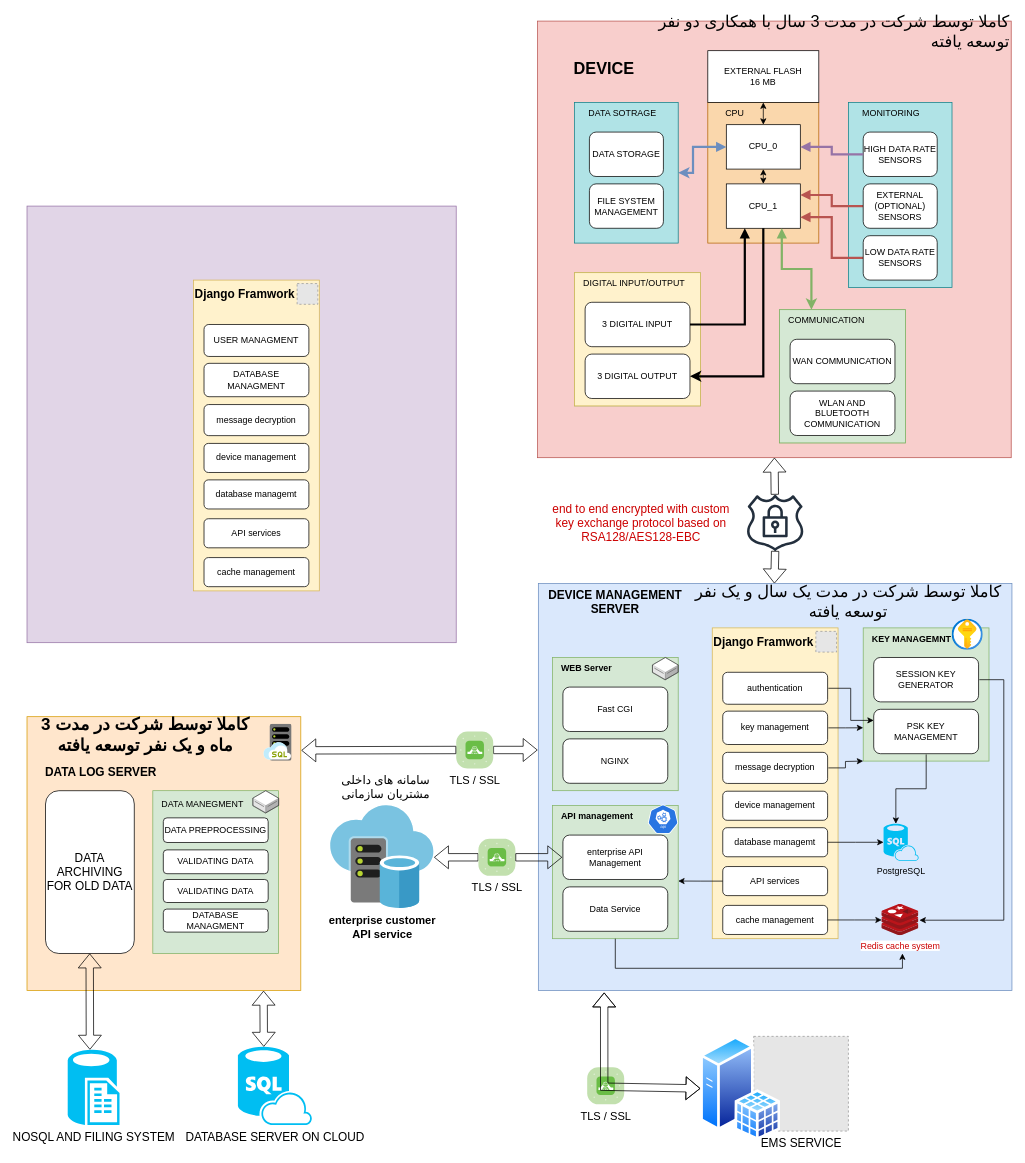
The draw.io diagram Untitled Diagram.drawio in mehranMoslemi/mehranMoslemi, before the edit. Source tidied: cells renumbered, new cells numbered last; positions are measured from the earlier drawing's top-left corner, leaving out a move shared by most shapes. Both pictures are drawn from the tidied source at 74%, with x=0, y=0 at pixel (27, 21). Pictures stored in the file or linked from it are replaced by grey dashed boxes.
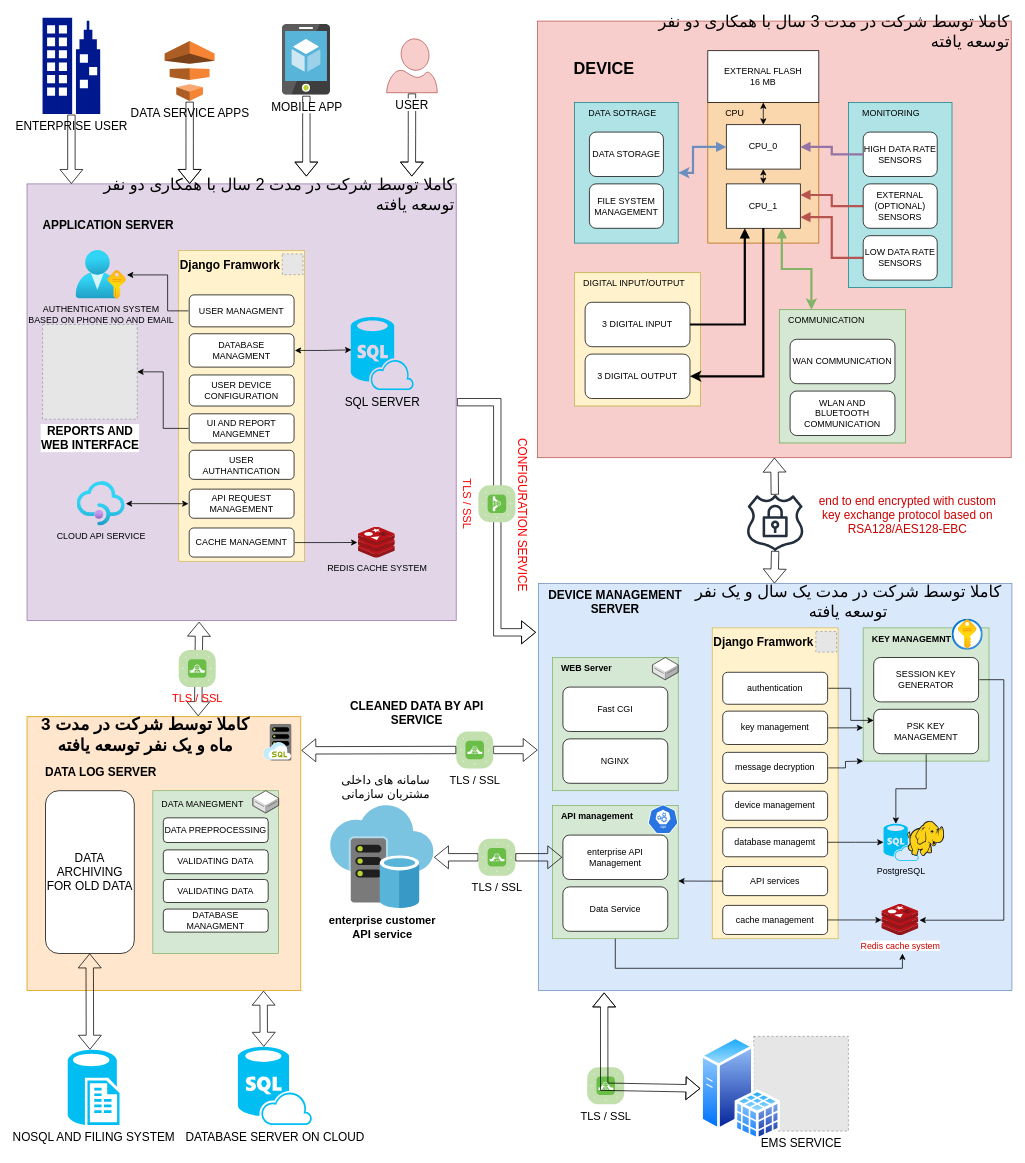
The same diagram, later.

Unchanged cells that the change refers to:
```xml
<mxCell id="44" value="cache redis" style="rounded=0;whiteSpace=wrap;html=1;fillColor=#dae8fc;strokeColor=#6c8ebf;" parent="1" vertex="1">
  <mxGeometry x="691" y="760" width="640" height="550" as="geometry" />
</mxCell>
<mxCell id="91" value="USER MANAGMENT" style="rounded=1;whiteSpace=wrap;html=1;" parent="89" vertex="1">
  <mxGeometry x="14.2" y="60" width="141.7" height="43.2" as="geometry" />
</mxCell>
<mxCell id="94" value="DATABASE MANAGMENT" style="rounded=1;whiteSpace=wrap;html=1;" parent="89" vertex="1">
  <mxGeometry x="14.2" y="112.5" width="141.7" height="45.1" as="geometry" />
</mxCell>
<mxCell id="99" style="whiteSpace=wrap;html=1;labelBackgroundColor=none;fontSize=12;fillColor=#ffe6cc;strokeColor=#d79b00;" parent="1" vertex="1">
  <mxGeometry y="940" width="370" height="370" as="geometry" />
</mxCell>
```

The edit, as a diff of the source:
```diff
@@
     <mxCell id="43" value="end to end encrypted with custom key exchange protocol based on RSA128/AES128-EBC" style="text;html=1;strokeColor=none;fillColor=none;align=center;verticalAlign=middle;whiteSpace=wrap;rounded=0;fontSize=16;fontColor=#CC0000;" parent="1" vertex="1">
-      <mxGeometry x="700" y="663" width="260" height="30" as="geometry" />
+      <mxGeometry x="1060" y="652.1" width="260" height="30" as="geometry" />
     </mxCell>
@@
+    <mxCell id="122" style="edgeStyle=orthogonalEdgeStyle;rounded=0;jettySize=auto;html=1;entryX=-0.005;entryY=0.12;entryDx=0;entryDy=0;entryPerimeter=0;strokeColor=default;fontSize=16;fontColor=#FF0000;startArrow=none;startFill=0;endArrow=classic;endFill=1;sourcePerimeterSpacing=1;targetPerimeterSpacing=1;shape=flexArrow;" parent="1" edge="1" source="88" target="44">
+      <mxGeometry relative="1" as="geometry" />
+    </mxCell>
     <mxCell id="88" style="rounded=0;whiteSpace=wrap;html=1;fillColor=#e1d5e7;strokeColor=#9673a6;" parent="1" vertex="1">
-      <mxGeometry y="250" width="580" height="590" as="geometry" />
+      <mxGeometry y="220" width="580" height="590" as="geometry" />
     </mxCell>
     <mxCell id="89" style="group;fillColor=#fff2cc;strokeColor=#d6b656;" parent="1" vertex="1">
-      <mxGeometry x="225" y="350" width="170" height="420" as="geometry" />
+      <mxGeometry x="205" y="310" width="170" height="420" as="geometry" />
     </mxCell>
-    <mxCell id="90" value="message decryption" style="rounded=1;whiteSpace=wrap;html=1;" parent="89" vertex="1">
+    <mxCell id="90" value="USER DEVICE CONFIGURATION " style="rounded=1;whiteSpace=wrap;html=1;" parent="89" vertex="1">
       <mxGeometry x="14.2" y="168.2" width="141.7" height="42" as="geometry" />
     </mxCell>
@@
-    <mxCell id="95" value="device management" style="rounded=1;whiteSpace=wrap;html=1;" parent="89" vertex="1">
+    <mxCell id="95" value="UI AND REPORT MANGEMNET" style="rounded=1;whiteSpace=wrap;html=1;" parent="89" vertex="1">
       <mxGeometry x="14.2" y="220.7" width="141.7" height="39.3" as="geometry" />
     </mxCell>
-    <mxCell id="96" value="database managemt" style="rounded=1;whiteSpace=wrap;html=1;" parent="89" vertex="1">
+    <mxCell id="96" value="USER AUTHANTICATION" style="rounded=1;whiteSpace=wrap;html=1;" parent="89" vertex="1">
       <mxGeometry x="14.2" y="270" width="141.7" height="39.3" as="geometry" />
     </mxCell>
-    <mxCell id="97" value="API services" style="rounded=1;whiteSpace=wrap;html=1;" parent="89" vertex="1">
+    <mxCell id="97" value="API REQUEST MANAGEMENT" style="rounded=1;whiteSpace=wrap;html=1;" parent="89" vertex="1">
       <mxGeometry x="14.2" y="322.5" width="141.7" height="39.3" as="geometry" />
     </mxCell>
-    <mxCell id="98" value="cache management" style="rounded=1;whiteSpace=wrap;html=1;" parent="89" vertex="1">
+    <mxCell id="98" value="CACHE MANAGEMNT" style="rounded=1;whiteSpace=wrap;html=1;" parent="89" vertex="1">
       <mxGeometry x="14.2" y="375" width="141.7" height="39.3" as="geometry" />
     </mxCell>
@@
+    <mxCell id="123" value="REDIS CACHE SYSTEM" style="sketch=0;html=1;points=[];align=center;image;fontSize=12;image=img/lib/mscae/Cache_Redis_Product.svg;labelBackgroundColor=none;fontColor=#000000;" parent="1" vertex="1">
+      <mxGeometry x="447.5" y="683.6" width="50" height="42" as="geometry" />
+    </mxCell>
+    <mxCell id="124" style="edgeStyle=orthogonalEdgeStyle;rounded=0;jettySize=auto;html=1;strokeColor=default;fontSize=23;fontColor=#000000;startArrow=none;startFill=0;sourcePerimeterSpacing=1;targetPerimeterSpacing=1;" parent="1" edge="1" source="98" target="123">
+      <mxGeometry relative="1" as="geometry" />
+    </mxCell>
+    <mxCell id="125" style="edgeStyle=orthogonalEdgeStyle;rounded=0;jettySize=auto;html=1;strokeColor=default;fontSize=23;fontColor=#000000;startArrow=classic;startFill=1;sourcePerimeterSpacing=1;targetPerimeterSpacing=1;" parent="1" edge="1" source="126" target="97">
+      <mxGeometry relative="1" as="geometry" />
+    </mxCell>
+    <mxCell id="126" value="CLOUD API SERVICE" style="html=1;points=[];align=center;image;fontSize=12;image=img/lib/azure2/app_services/API_Management_Services.svg;labelBackgroundColor=none;fontColor=#000000;" parent="1" vertex="1">
+      <mxGeometry x="67.5" y="622.1" width="65" height="60" as="geometry" />
+    </mxCell>
+    <mxCell id="127" value="&lt;div style=&quot;font-size: 16px;&quot;&gt;&lt;font style=&quot;font-size: 16px;&quot;&gt;SQL SERVER&lt;/font&gt;&lt;/div&gt;" style="verticalLabelPosition=bottom;html=1;verticalAlign=top;align=center;strokeColor=none;fillColor=#00BEF2;shape=mxgraph.azure.sql_database_sql_azure;labelBackgroundColor=none;fontSize=23;fontColor=#000000;" parent="1" vertex="1">
+      <mxGeometry x="437.5" y="400" width="85" height="98.6" as="geometry" />
+    </mxCell>
+    <mxCell id="128" style="edgeStyle=orthogonalEdgeStyle;rounded=0;jettySize=auto;html=1;entryX=0.011;entryY=0.449;entryDx=0;entryDy=0;entryPerimeter=0;strokeColor=default;fontSize=23;fontColor=#000000;startArrow=classic;startFill=1;sourcePerimeterSpacing=1;targetPerimeterSpacing=1;" parent="1" edge="1" source="94" target="127">
+      <mxGeometry relative="1" as="geometry" />
+    </mxCell>
+    <mxCell id="129" value="&lt;div&gt;&lt;b&gt;&lt;span style=&quot;background-color: transparent;&quot;&gt;REPORTS AND &lt;br&gt;&lt;/span&gt;&lt;/b&gt;&lt;/div&gt;&lt;div&gt;&lt;b&gt;&lt;span style=&quot;background-color: transparent;&quot;&gt;WEB INTERFACE&lt;/span&gt;&lt;/b&gt;&lt;/div&gt;" style="fillColor=#E6E6E6;strokeColor=#999999;dashed=1;html=1;verticalAlign=top;verticalLabelPosition=bottom;labelBackgroundColor=#ffffff;fontSize=16;fontColor=#000000;" parent="1" vertex="1">
+      <mxGeometry x="21" y="410" width="128" height="128" as="geometry" />
+    </mxCell>
+    <mxCell id="130" style="edgeStyle=orthogonalEdgeStyle;rounded=0;jettySize=auto;html=1;entryX=1;entryY=0.5;entryDx=0;entryDy=0;strokeColor=default;fontSize=16;fontColor=#000000;startArrow=none;startFill=0;sourcePerimeterSpacing=1;targetPerimeterSpacing=1;endArrow=classic;endFill=1;" parent="1" edge="1" source="95" target="129">
+      <mxGeometry relative="1" as="geometry" />
+    </mxCell>
+    <mxCell id="131" value="&lt;div&gt;AUTHENTICATION SYSTEM&lt;/div&gt;&lt;div&gt;BASED ON PHONE NO AND EMAIL&lt;br&gt; &lt;/div&gt;" style="html=1;points=[];align=center;image;fontSize=12;image=img/lib/azure2/azure_stack/User_Subscriptions.svg;labelBackgroundColor=none;fontColor=#000000;" parent="1" vertex="1">
+      <mxGeometry x="66" y="310" width="68" height="66" as="geometry" />
+    </mxCell>
+    <mxCell id="132" style="edgeStyle=orthogonalEdgeStyle;rounded=0;jettySize=auto;html=1;strokeColor=default;fontSize=16;fontColor=#000000;startArrow=none;startFill=0;endArrow=classic;endFill=1;sourcePerimeterSpacing=1;targetPerimeterSpacing=1;" parent="1" edge="1" source="91" target="131">
+      <mxGeometry relative="1" as="geometry">
+        <Array as="points">
+          <mxPoint x="190" y="392" />
+          <mxPoint x="190" y="343" />
+        </Array>
+      </mxGeometry>
+    </mxCell>
+    <mxCell id="133" style="shape=flexArrow;endArrow=classic;startArrow=classic;html=1;rounded=0;strokeColor=default;fontSize=16;fontColor=#000000;sourcePerimeterSpacing=1;targetPerimeterSpacing=1;entryX=0.401;entryY=1.003;entryDx=0;entryDy=0;entryPerimeter=0;exitX=0.625;exitY=-0.002;exitDx=0;exitDy=0;exitPerimeter=0;" parent="1" edge="1" source="99" target="88">
+      <mxGeometry relative="1" as="geometry" />
+    </mxCell>
+    <mxCell id="134" value="&lt;font color=&quot;#FF0000&quot;&gt;TLS / SSL&lt;/font&gt;" style="verticalLabelPosition=bottom;sketch=0;html=1;fillColor=#6ABD46;strokeColor=#ffffff;verticalAlign=top;align=center;shape=mxgraph.cisco_safe.compositeIcon;bgIcon=mxgraph.cisco_safe.architecture.generic_appliance;resIcon=mxgraph.cisco_safe.architecture.tls_appliance;labelBackgroundColor=none;fontSize=15;fontColor=#000000;" parent="1" vertex="1">
+      <mxGeometry x="205" y="850" width="50" height="50" as="geometry" />
+    </mxCell>
+    <mxCell id="135" value="&lt;div align=&quot;right&quot;&gt;کاملا توسط شرکت در مدت 2 سال با همکاری دو نفر توسعه یافته&lt;br&gt;&lt;/div&gt;" style="text;html=1;strokeColor=none;fillColor=none;align=right;verticalAlign=middle;whiteSpace=wrap;rounded=0;fontSize=22;" parent="1" vertex="1">
+      <mxGeometry x="40" y="220" width="540" height="30" as="geometry" />
+    </mxCell>
+    <mxCell id="136" value="&lt;b&gt;&lt;font style=&quot;font-size: 16px;&quot;&gt;APPLICATION SERVER&lt;br&gt;&lt;/font&gt;&lt;/b&gt;" style="text;html=1;strokeColor=none;fillColor=none;align=center;verticalAlign=middle;whiteSpace=wrap;rounded=0;" parent="1" vertex="1">
+      <mxGeometry x="10" y="260" width="200" height="30" as="geometry" />
+    </mxCell>
+    <mxCell id="137" value="CONFIGURATION SERVICE" style="text;html=1;strokeColor=none;fillColor=none;align=center;verticalAlign=middle;whiteSpace=wrap;rounded=0;labelBackgroundColor=none;fontSize=16;fontColor=#FF0000;rotation=90;" parent="1" vertex="1">
+      <mxGeometry x="550" y="667.1" width="240" as="geometry" />
+    </mxCell>
+    <mxCell id="138" value="&lt;font color=&quot;#FF0000&quot;&gt;TLS / SSL&lt;/font&gt;" style="verticalLabelPosition=bottom;sketch=0;html=1;fillColor=#6ABD46;strokeColor=#ffffff;verticalAlign=top;align=center;shape=mxgraph.cisco_safe.compositeIcon;bgIcon=mxgraph.cisco_safe.architecture.generic_appliance;resIcon=mxgraph.cisco_safe.architecture.tls_appliance;labelBackgroundColor=none;fontSize=15;fontColor=#000000;rotation=90;" parent="1" vertex="1">
+      <mxGeometry x="610" y="627.1" width="50" height="50" as="geometry" />
+    </mxCell>
+    <mxCell id="139" value="&lt;b&gt;CLEANED DATA BY API SERVICE&lt;br&gt;&lt;/b&gt;" style="text;html=1;strokeColor=none;fillColor=none;align=center;verticalAlign=middle;whiteSpace=wrap;rounded=0;labelBackgroundColor=none;fontSize=16;fontColor=#000000;" parent="1" vertex="1">
+      <mxGeometry x="422.5" y="920" width="207.5" height="30" as="geometry" />
+    </mxCell>
+    <mxCell id="140" style="edgeStyle=orthogonalEdgeStyle;shape=flexArrow;rounded=0;jettySize=auto;html=1;strokeColor=default;fontSize=16;fontColor=#000000;startArrow=none;startFill=0;endArrow=classic;endFill=1;sourcePerimeterSpacing=1;targetPerimeterSpacing=1;" parent="1" edge="1" source="141">
+      <mxGeometry relative="1" as="geometry">
+        <mxPoint x="520" y="210" as="targetPoint" />
+      </mxGeometry>
+    </mxCell>
+    <mxCell id="141" value="&lt;span style=&quot;background-color: rgb(255, 255, 255);&quot;&gt;USER&lt;/span&gt;" style="sketch=0;shadow=0;dashed=0;html=1;strokeColor=#b85450;labelPosition=center;verticalLabelPosition=bottom;verticalAlign=top;align=center;fillColor=#f8cecc;shape=mxgraph.azure.user;labelBackgroundColor=none;fontSize=16;" parent="1" vertex="1">
+      <mxGeometry x="486" y="24" width="68.4" height="72.8" as="geometry" />
+    </mxCell>
+    <mxCell id="142" style="edgeStyle=orthogonalEdgeStyle;shape=flexArrow;rounded=0;jettySize=auto;html=1;strokeColor=default;fontSize=16;fontColor=#000000;startArrow=none;startFill=0;endArrow=classic;endFill=1;sourcePerimeterSpacing=1;targetPerimeterSpacing=1;" parent="1" edge="1" source="143">
+      <mxGeometry relative="1" as="geometry">
+        <mxPoint x="377.5" y="210" as="targetPoint" />
+      </mxGeometry>
+    </mxCell>
+    <mxCell id="143" value="&lt;span style=&quot;background-color: rgb(255, 255, 255);&quot;&gt;&lt;font style=&quot;font-size: 16px;&quot;&gt;MOBILE APP&lt;br&gt;&lt;/font&gt;&lt;/span&gt;" style="sketch=0;html=1;points=[];align=center;image;fontSize=12;image=img/lib/mscae/App_Service_Mobile_App.svg;labelBackgroundColor=none;fontColor=#000000;" parent="1" vertex="1">
+      <mxGeometry x="345" y="4.4" width="65" height="95.6" as="geometry" />
+    </mxCell>
+    <mxCell id="144" style="edgeStyle=orthogonalEdgeStyle;shape=flexArrow;rounded=0;jettySize=auto;html=1;entryX=0.333;entryY=0;entryDx=0;entryDy=0;strokeColor=default;fontSize=16;fontColor=#000000;startArrow=none;startFill=0;endArrow=classic;endFill=1;sourcePerimeterSpacing=1;targetPerimeterSpacing=1;entryPerimeter=0;" parent="1" edge="1" source="145" target="135">
+      <mxGeometry relative="1" as="geometry" />
+    </mxCell>
+    <mxCell id="145" value="DATA SERVICE APPS" style="outlineConnect=0;dashed=0;verticalLabelPosition=bottom;verticalAlign=top;align=center;html=1;shape=mxgraph.aws3.data_pipeline;fillColor=#F58534;gradientColor=none;labelBackgroundColor=none;fontSize=16;fontColor=#000000;" parent="1" vertex="1">
+      <mxGeometry x="186" y="27" width="67.5" height="81" as="geometry" />
+    </mxCell>
+    <mxCell id="146" style="edgeStyle=orthogonalEdgeStyle;shape=flexArrow;rounded=0;jettySize=auto;html=1;entryX=0.037;entryY=0;entryDx=0;entryDy=0;entryPerimeter=0;strokeColor=default;fontSize=16;fontColor=#000000;startArrow=none;startFill=0;endArrow=classic;endFill=1;sourcePerimeterSpacing=1;targetPerimeterSpacing=1;" parent="1" edge="1" source="147" target="135">
+      <mxGeometry relative="1" as="geometry" />
+    </mxCell>
+    <mxCell id="147" value="ENTERPRISE USER" style="sketch=0;shadow=0;dashed=0;html=1;strokeColor=none;labelPosition=center;verticalLabelPosition=bottom;verticalAlign=top;align=center;fillColor=#00188D;shape=mxgraph.azure.enterprise;labelBackgroundColor=none;fontSize=16;fontColor=#000000;" parent="1" vertex="1">
+      <mxGeometry x="21" y="-4.6" width="78" height="130" as="geometry" />
+    </mxCell>
+    <mxCell id="148" style="sketch=0;html=1;align=center;image;fontSize=12;image=img/lib/mscae/HDInsight.svg;labelBackgroundColor=#FFFFFF;fontColor=#000000;fillColor=#FF3333;" parent="1" vertex="1">
+      <mxGeometry x="1190" y="1081" width="50" height="48" as="geometry" />
+    </mxCell>
```
